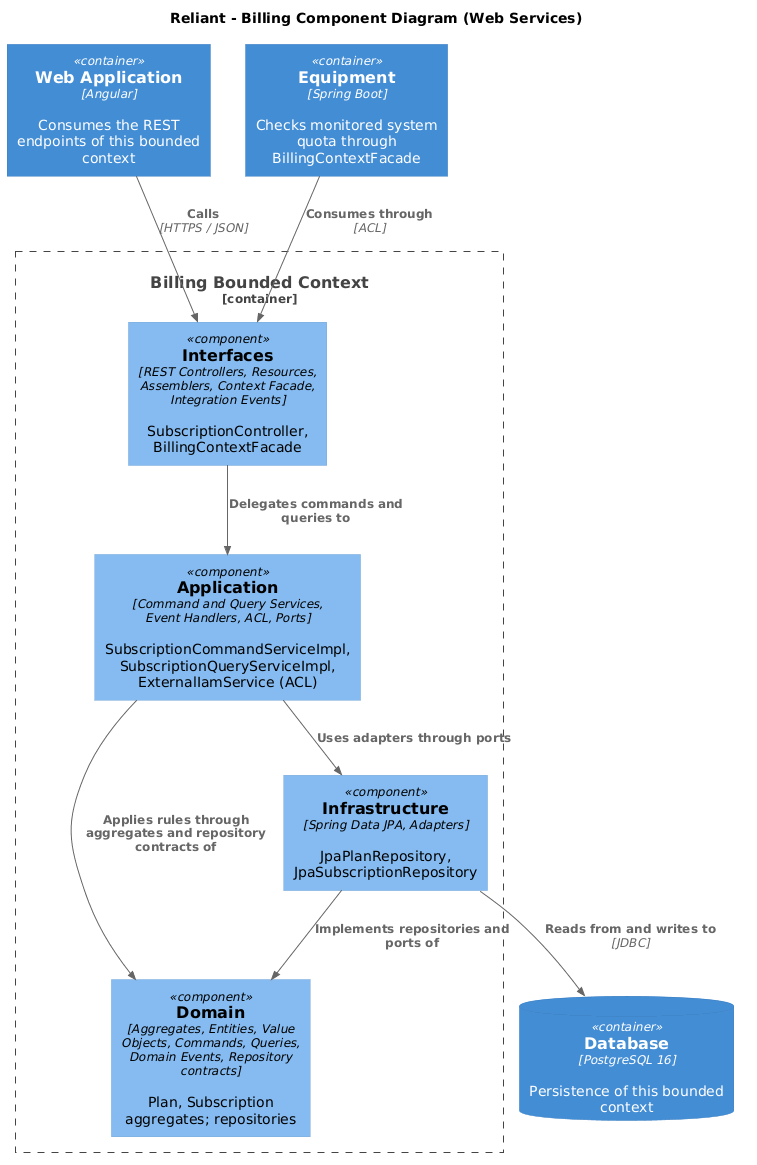
Earlier version of the PlantUML export assets/img/4.chapter-iv/4.6.domain-driven-software-architecture/4.6.4.software-architecture-components-diagrams/reliant-c4-components-billing-web-services.png (upc-pre-202620-1asi0729-7753-innovacorp/reliant-report). Its diagram source:
```plantuml
@startuml
!includeurl https://raw.githubusercontent.com/plantuml-stdlib/C4-PlantUML/master/C4_Component.puml

title Reliant - Billing Component Diagram (Web Services)

Container(webapp, "Web Application", "Angular", "Consumes the REST endpoints of this bounded context")
ContainerDb(db, "Database", "PostgreSQL 16", "Persistence of this bounded context")
Container(downstream, "Equipment", "Spring Boot", "Checks monitored system quota through BillingContextFacade")

Container_Boundary(bc, "Billing Bounded Context") {
    Component(interfaces, "Interfaces", "REST Controllers, Resources, Assemblers, Context Facade, Integration Events", "SubscriptionController, BillingContextFacade")
    Component(application, "Application", "Command and Query Services, Event Handlers, ACL, Ports", "SubscriptionCommandServiceImpl, SubscriptionQueryServiceImpl, ExternalIamService (ACL)")
    Component(domain, "Domain", "Aggregates, Entities, Value Objects, Commands, Queries, Domain Events, Repository contracts", "Plan, Subscription aggregates; repositories")
    Component(infrastructure, "Infrastructure", "Spring Data JPA, Adapters", "JpaPlanRepository, JpaSubscriptionRepository")
}

Rel(webapp, interfaces, "Calls", "HTTPS / JSON")
Rel(interfaces, application, "Delegates commands and queries to")
Rel(application, domain, "Applies rules through aggregates and repository contracts of")
Rel(infrastructure, domain, "Implements repositories and ports of")
Rel(application, infrastructure, "Uses adapters through ports")
Rel(infrastructure, db, "Reads from and writes to", "JDBC")
Rel(downstream, interfaces, "Consumes through", "ACL")
@enduml
```
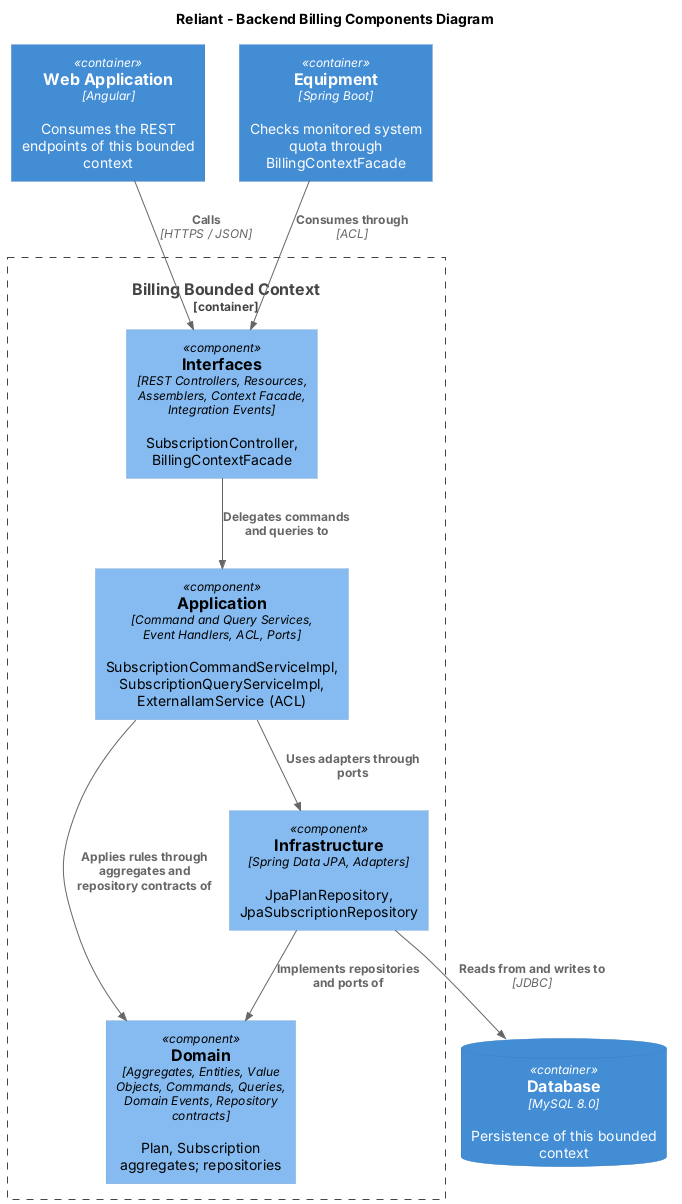
The same diagram one commit later.

Change to the diagram source:
```diff
@@ -1,10 +1,10 @@
-@startuml
+@startuml "Components-Billing"
 !includeurl https://raw.githubusercontent.com/plantuml-stdlib/C4-PlantUML/master/C4_Component.puml
 
-title Reliant - Billing Component Diagram (Web Services)
+title Reliant - Backend Billing Components Diagram
 
 Container(webapp, "Web Application", "Angular", "Consumes the REST endpoints of this bounded context")
-ContainerDb(db, "Database", "PostgreSQL 16", "Persistence of this bounded context")
+ContainerDb(db, "Database", "MySQL 8.0", "Persistence of this bounded context")
 Container(downstream, "Equipment", "Spring Boot", "Checks monitored system quota through BillingContextFacade")
 
 Container_Boundary(bc, "Billing Bounded Context") {
```
